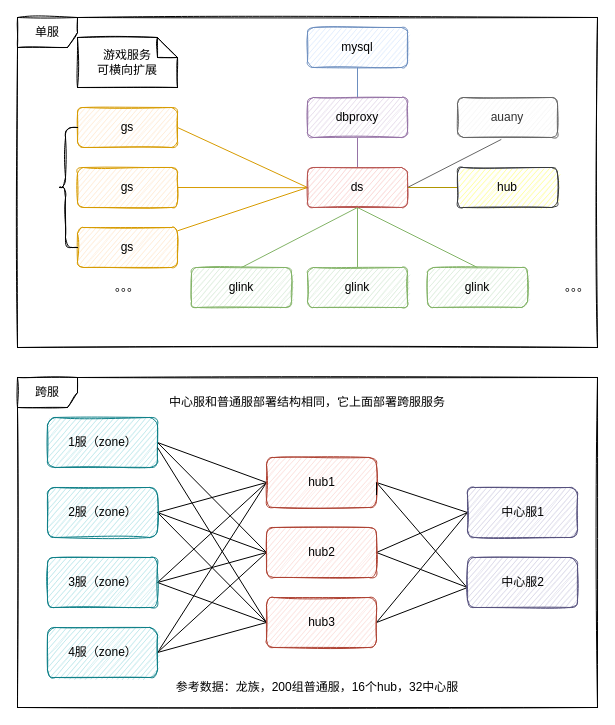
Before: page "服务器整体架构" (9 of 12) of i-server.drawio in hsoul/lqua, a draw.io diagram. Source tidied: cells renumbered, new cells numbered last; positions are measured from the earlier drawing's top-left corner, leaving out a move shared by most shapes. Both pictures are drawn from the tidied source at 100%, with x=0, y=0 at pixel (17, 17).
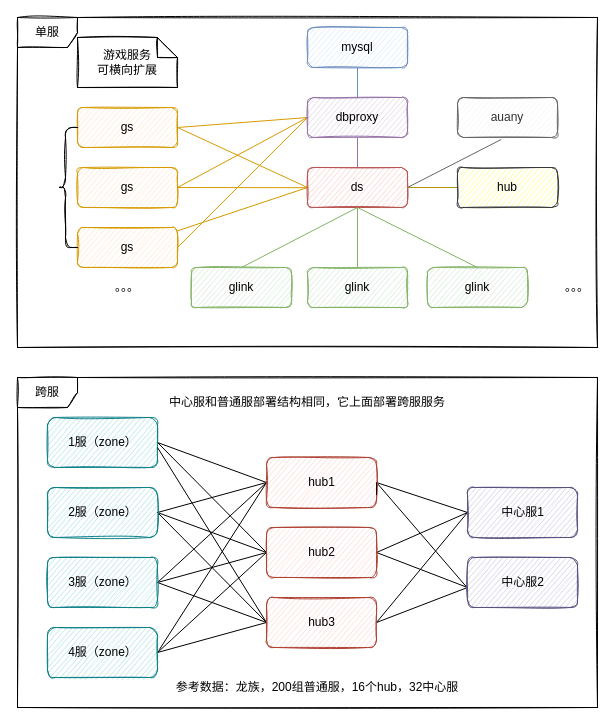
The same page after the edit.

The change refers to these unchanged cells:
```xml
<mxCell id="4" value="gs" style="whiteSpace=wrap;html=1;align=center;fillColor=#ffe6cc;strokeColor=#d79b00;sketch=1;rounded=1;" parent="1" vertex="1">
  <mxGeometry x="60" y="90" width="100" height="40" as="geometry" />
</mxCell>
<mxCell id="6" value="gs" style="whiteSpace=wrap;html=1;align=center;fillColor=#ffe6cc;strokeColor=#d79b00;sketch=1;rounded=1;" parent="1" vertex="1">
  <mxGeometry x="60" y="150" width="100" height="40" as="geometry" />
</mxCell>
<mxCell id="8" value="gs" style="whiteSpace=wrap;html=1;align=center;fillColor=#ffe6cc;strokeColor=#d79b00;sketch=1;rounded=1;" parent="1" vertex="1">
  <mxGeometry x="60" y="210" width="100" height="40" as="geometry" />
</mxCell>
<mxCell id="19" value="dbproxy" style="whiteSpace=wrap;html=1;align=center;fillColor=#e1d5e7;strokeColor=#9673a6;sketch=1;rounded=1;" parent="1" vertex="1">
  <mxGeometry x="290" y="80" width="100" height="40" as="geometry" />
</mxCell>
```

Diff of the diagram source:
```diff
@@
+    <mxCell id="59" style="rounded=0;jettySize=auto;html=1;exitX=1;exitY=0.5;exitDx=0;exitDy=0;entryX=0;entryY=0.5;entryDx=0;entryDy=0;fillColor=#ffe6cc;strokeColor=#d79b00;endArrow=none;endFill=0;" parent="1" edge="1" source="4" target="19">
+      <mxGeometry relative="1" as="geometry" />
+    </mxCell>
@@
+    <mxCell id="60" style="edgeStyle=none;rounded=0;jettySize=auto;html=1;exitX=1;exitY=0.5;exitDx=0;exitDy=0;entryX=0;entryY=0.5;entryDx=0;entryDy=0;endArrow=none;endFill=0;fillColor=#ffe6cc;strokeColor=#d79b00;" parent="1" edge="1" source="6" target="19">
+      <mxGeometry relative="1" as="geometry" />
+    </mxCell>
@@
+    <mxCell id="61" style="edgeStyle=none;rounded=0;jettySize=auto;html=1;exitX=1;exitY=0.5;exitDx=0;exitDy=0;entryX=0;entryY=0.5;entryDx=0;entryDy=0;endArrow=none;endFill=0;fillColor=#ffe6cc;strokeColor=#d79b00;" parent="1" edge="1" source="8" target="19">
+      <mxGeometry relative="1" as="geometry" />
+    </mxCell>
```
